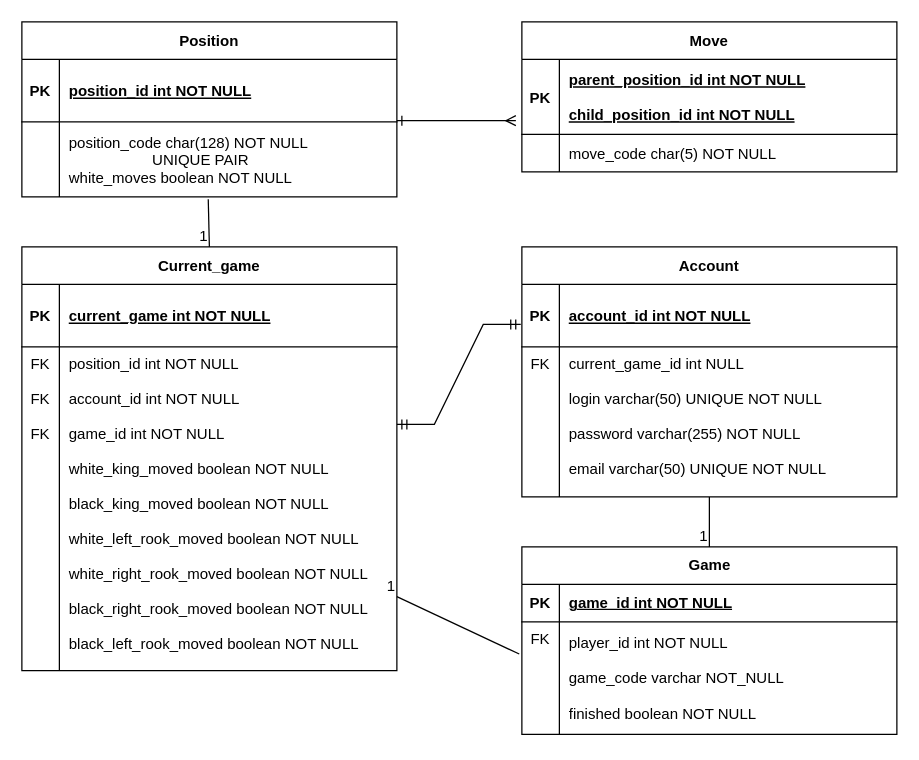
Earlier version of the draw.io diagram documentation/database.drawio (skoda-octavia/chessEngine). Source tidied: cells renumbered, new cells numbered last; positions are measured from the earlier drawing's top-left corner, leaving out a move shared by most shapes. Both pictures are drawn from the tidied source at 125%, with x=0, y=0 at pixel (21, 21).
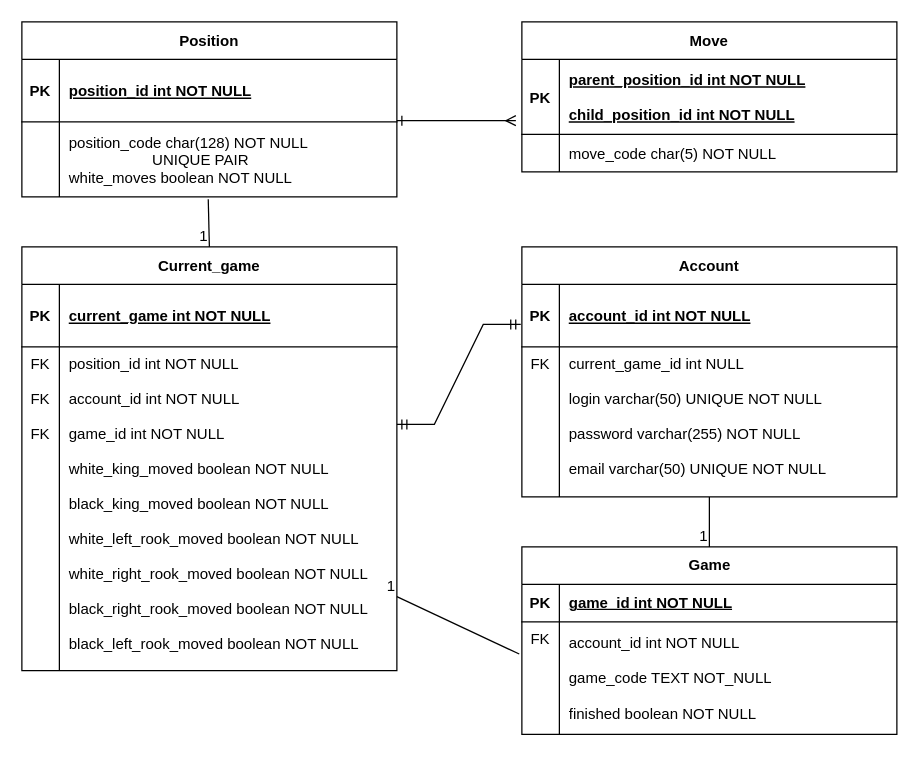
After the change.

Unchanged cells that the change refers to:
```xml
<mxCell id="23" style="shape=tableRow;horizontal=0;startSize=0;swimlaneHead=0;swimlaneBody=0;fillColor=none;points=[[0,0.5],[1,0.5]];portConstraint=eastwest;top=0;left=0;right=0;bottom=0;" parent="19" vertex="1">
  <mxGeometry y="60" width="300" height="90" as="geometry" />
</mxCell>
```

Diff of the diagram source:
```diff
@@
-    <mxCell id="25" value="player_id int NOT NULL&lt;br&gt;&lt;br&gt;game_code varchar NOT_NULL&lt;br&gt;&lt;br&gt;finished boolean NOT NULL" style="shape=partialRectangle;fillColor=none;top=0;left=0;bottom=0;right=0;align=left;spacingLeft=6;overflow=hidden;whiteSpace=wrap;html=1;" parent="23" vertex="1">
+    <mxCell id="25" value="account_id int NOT NULL&lt;br&gt;&lt;br&gt;game_code TEXT NOT_NULL&lt;br&gt;&lt;br&gt;finished boolean NOT NULL" style="shape=partialRectangle;fillColor=none;top=0;left=0;bottom=0;right=0;align=left;spacingLeft=6;overflow=hidden;whiteSpace=wrap;html=1;" parent="23" vertex="1">
       <mxGeometry x="30" width="270" height="90" as="geometry" />
     </mxCell>
```
